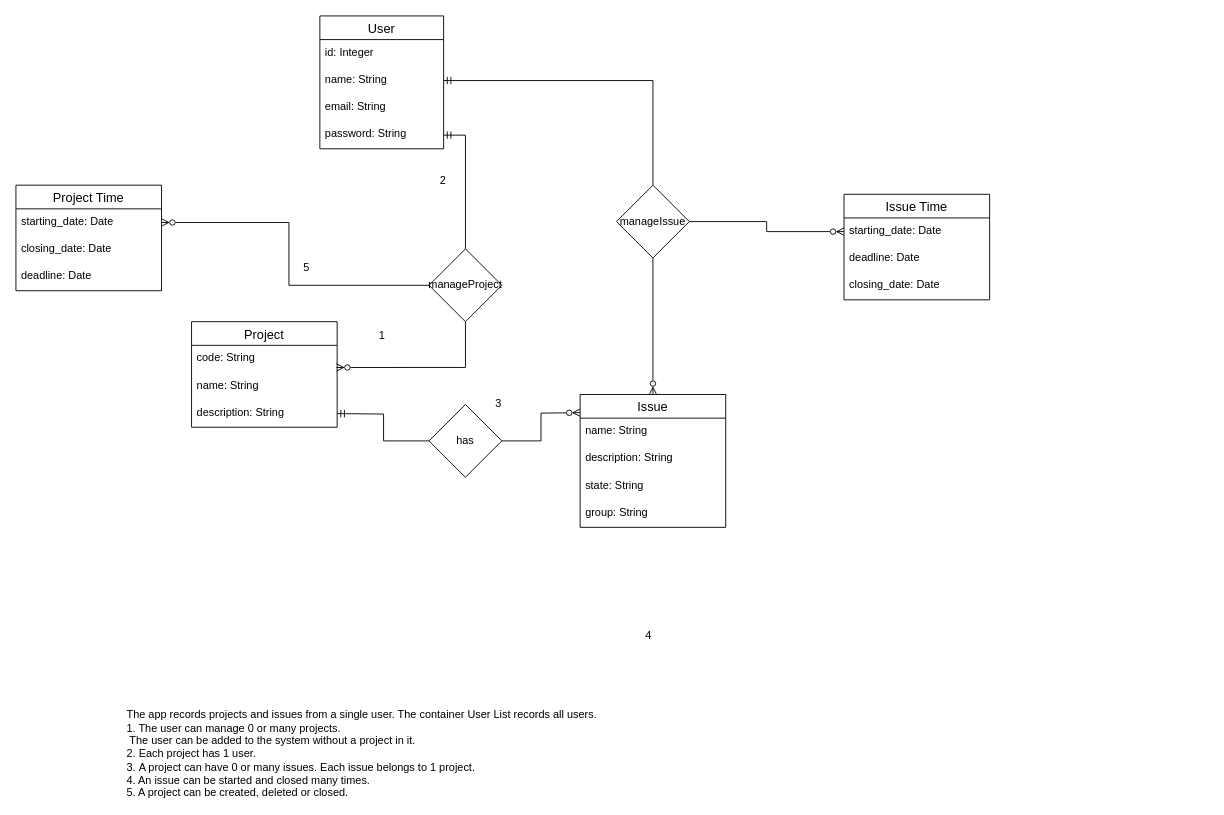
Earlier version of the draw.io diagram images/data_model.drawio (andrevier/issue_tracker). Source tidied: cells renumbered, new cells numbered last; positions are measured from the earlier drawing's top-left corner, leaving out a move shared by most shapes. Both pictures are drawn from the tidied source at 91%, with x=0, y=0 at pixel (15, 15).
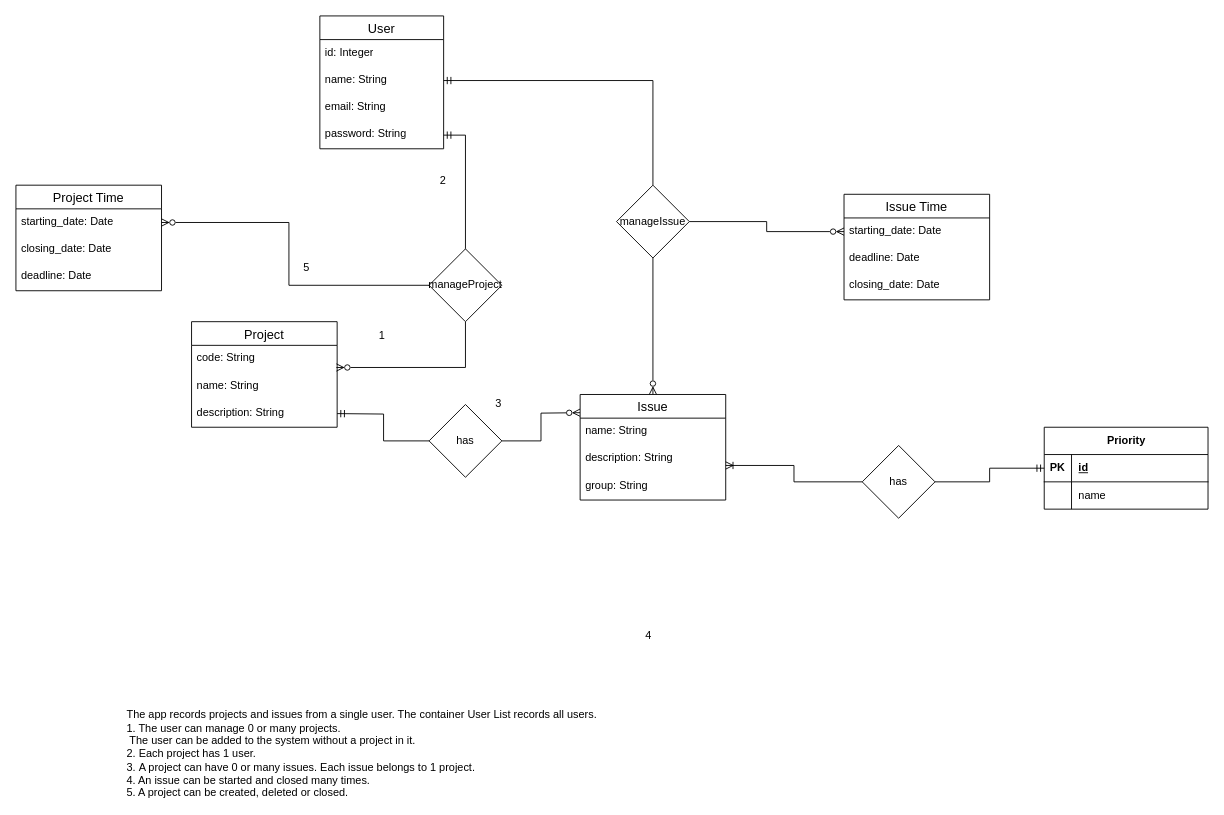
The same page after the edit.

The change refers to these unchanged cells:
```xml
<mxCell id="23" value="description: String" style="text;strokeColor=none;fillColor=none;spacingLeft=4;spacingRight=4;overflow=hidden;points=[[0,0.5],[1,0.5]];portConstraint=eastwest;fontSize=12;whiteSpace=wrap;html=1;" parent="21" vertex="1">
  <mxGeometry y="56" width="160" height="30" as="geometry" />
</mxCell>
```

Change to the diagram source:
```diff
@@
     <mxCell id="21" value="Issue" style="swimlane;fontStyle=0;horizontal=1;startSize=26;align=center;fontSize=14;" parent="1" vertex="1">
-      <mxGeometry x="620" y="416" width="160" height="146" as="geometry" />
+      <mxGeometry x="620" y="416" width="160" height="116" as="geometry" />
     </mxCell>
@@
-    <mxCell id="24" value="state: String" style="text;strokeColor=none;fillColor=none;spacingLeft=4;spacingRight=4;overflow=hidden;fontSize=12;whiteSpace=wrap;html=1;" parent="21" vertex="1">
-      <mxGeometry y="86" width="160" height="30" as="geometry" />
-    </mxCell>
     <mxCell id="25" value="group: String" style="text;strokeColor=none;fillColor=none;spacingLeft=4;spacingRight=4;overflow=hidden;fontSize=12;whiteSpace=wrap;html=1;" parent="21" vertex="1">
-      <mxGeometry y="116" width="160" height="30" as="geometry" />
+      <mxGeometry y="86" width="160" height="30" as="geometry" />
     </mxCell>
@@
+    <mxCell id="41" value="Priority" style="shape=table;startSize=30;childLayout=tableLayout;rowLines=0;fontStyle=1;align=center;html=1;" parent="1" vertex="1">
+      <mxGeometry x="1130" y="452" width="180" height="90" as="geometry" />
+    </mxCell>
+    <mxCell id="42" style="shape=tableRow;horizontal=0;startSize=0;swimlaneHead=0;swimlaneBody=0;fillColor=none;points=[[0,0.5],[1,0.5]];portConstraint=eastwest;top=0;left=0;right=0;bottom=1;" parent="41" vertex="1">
+      <mxGeometry y="30" width="180" height="30" as="geometry" />
+    </mxCell>
+    <mxCell id="43" value="PK" style="shape=partialRectangle;fillColor=none;top=0;left=0;bottom=0;right=0;fontStyle=1;overflow=hidden;whiteSpace=wrap;html=1;" parent="42" vertex="1">
+      <mxGeometry width="30" height="30" as="geometry" />
+    </mxCell>
+    <mxCell id="44" value="id" style="shape=partialRectangle;fillColor=none;top=0;left=0;bottom=0;right=0;align=left;spacingLeft=6;fontStyle=5;overflow=hidden;whiteSpace=wrap;html=1;" parent="42" vertex="1">
+      <mxGeometry x="30" width="150" height="30" as="geometry" />
+    </mxCell>
+    <mxCell id="45" style="shape=tableRow;horizontal=0;startSize=0;swimlaneHead=0;swimlaneBody=0;fillColor=none;top=0;left=0;right=0;bottom=0;" parent="41" vertex="1">
+      <mxGeometry y="60" width="180" height="30" as="geometry" />
+    </mxCell>
+    <mxCell id="46" style="shape=partialRectangle;fillColor=none;top=0;left=0;bottom=0;right=0;overflow=hidden;whiteSpace=wrap;html=1;" parent="45" vertex="1">
+      <mxGeometry width="30" height="30" as="geometry" />
+    </mxCell>
+    <mxCell id="47" value="name" style="shape=partialRectangle;fillColor=none;top=0;left=0;bottom=0;right=0;align=left;spacingLeft=6;overflow=hidden;whiteSpace=wrap;html=1;" parent="45" vertex="1">
+      <mxGeometry x="30" width="150" height="30" as="geometry" />
+    </mxCell>
+    <mxCell id="48" style="edgeStyle=orthogonalEdgeStyle;rounded=0;jettySize=auto;html=1;entryX=0;entryY=0.5;entryDx=0;entryDy=0;endArrow=ERmandOne;endFill=0;" parent="1" edge="1" source="50" target="42">
+      <mxGeometry relative="1" as="geometry" />
+    </mxCell>
+    <mxCell id="49" style="edgeStyle=orthogonalEdgeStyle;rounded=0;jettySize=auto;html=1;entryX=1;entryY=0.733;entryDx=0;entryDy=0;entryPerimeter=0;endArrow=ERoneToMany;endFill=0;" parent="1" edge="1" source="50" target="23">
+      <mxGeometry relative="1" as="geometry" />
+    </mxCell>
+    <mxCell id="50" value="has" style="rhombus;whiteSpace=wrap;html=1;" parent="1" vertex="1">
+      <mxGeometry x="930" y="472" width="80" height="80" as="geometry" />
+    </mxCell>
```
